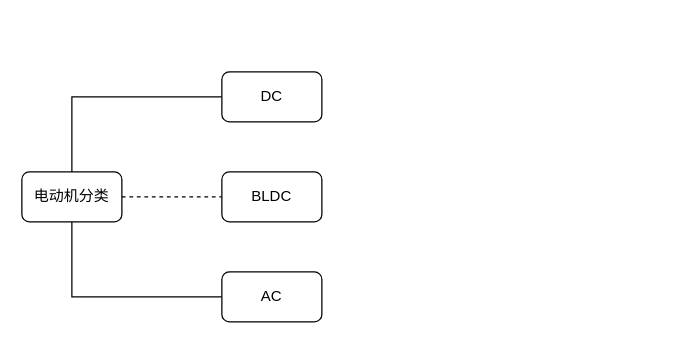
The draw.io diagram 电动机分类.drawio in Vinson-001/Blog-flow-chart, before the edit. Source tidied: cells renumbered, new cells numbered last; positions are measured from the earlier drawing's top-left corner, leaving out a move shared by most shapes. Both pictures are drawn from the tidied source at 125%, with x=0, y=0 at pixel (21, 71).
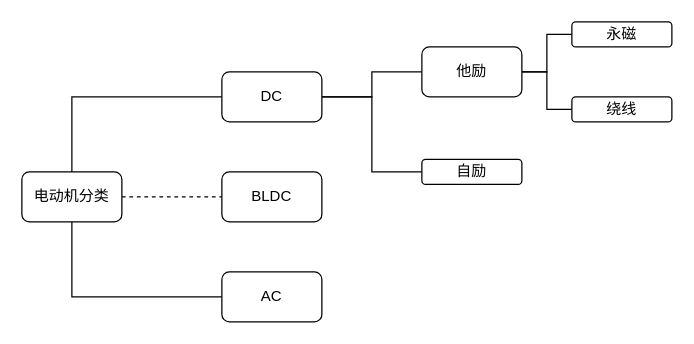
The same page after the edit.

Commit message (it also covers changes not shown here):
更新电动机分类.drawio

Diff of the diagram source:
```diff
@@
 <mxGraphModel>
   <root>
     <mxCell id="0" />
     <mxCell id="1" parent="0" />
     <mxCell id="2" style="edgeStyle=orthogonalEdgeStyle;rounded=0;jettySize=auto;html=1;exitX=1;exitY=0.5;exitDx=0;exitDy=0;entryX=0;entryY=0.5;entryDx=0;entryDy=0;endArrow=none;endFill=0;dashed=1;" parent="1" edge="1" source="5" target="6">
       <mxGeometry relative="1" as="geometry" />
     </mxCell>
     <mxCell id="3" style="edgeStyle=orthogonalEdgeStyle;rounded=0;jettySize=auto;html=1;exitX=0.5;exitY=1;exitDx=0;exitDy=0;entryX=0;entryY=0.5;entryDx=0;entryDy=0;endArrow=none;endFill=0;" parent="1" edge="1" source="5" target="7">
       <mxGeometry relative="1" as="geometry" />
     </mxCell>
     <mxCell id="4" style="edgeStyle=orthogonalEdgeStyle;rounded=0;jettySize=auto;html=1;exitX=0.5;exitY=0;exitDx=0;exitDy=0;entryX=0;entryY=0.5;entryDx=0;entryDy=0;endArrow=none;endFill=0;" parent="1" edge="1" source="5" target="8">
       <mxGeometry relative="1" as="geometry" />
     </mxCell>
     <mxCell id="5" value="电动机分类" style="rounded=1;whiteSpace=wrap;html=1;" parent="1" vertex="1">
       <mxGeometry y="80" width="80" height="40" as="geometry" />
     </mxCell>
     <mxCell id="6" value="BLDC" style="rounded=1;whiteSpace=wrap;html=1;" parent="1" vertex="1">
       <mxGeometry x="160" y="80" width="80" height="40" as="geometry" />
     </mxCell>
     <mxCell id="7" value="AC" style="rounded=1;whiteSpace=wrap;html=1;" parent="1" vertex="1">
       <mxGeometry x="160" y="160" width="80" height="40" as="geometry" />
     </mxCell>
+    <mxCell id="9" style="edgeStyle=orthogonalEdgeStyle;rounded=0;jettySize=auto;html=1;exitX=1;exitY=0.5;exitDx=0;exitDy=0;entryX=0;entryY=0.5;entryDx=0;entryDy=0;endArrow=none;endFill=0;" parent="1" edge="1" source="8" target="13">
+      <mxGeometry relative="1" as="geometry" />
+    </mxCell>
+    <mxCell id="10" style="edgeStyle=orthogonalEdgeStyle;rounded=0;jettySize=auto;html=1;exitX=1;exitY=0.5;exitDx=0;exitDy=0;entryX=0;entryY=0.5;entryDx=0;entryDy=0;endArrow=none;endFill=0;" parent="1" edge="1" source="8" target="14">
+      <mxGeometry relative="1" as="geometry" />
+    </mxCell>
     <mxCell id="8" value="DC" style="rounded=1;whiteSpace=wrap;html=1;" parent="1" vertex="1">
       <mxGeometry x="160" width="80" height="40" as="geometry" />
     </mxCell>
+    <mxCell id="11" style="edgeStyle=orthogonalEdgeStyle;rounded=0;jettySize=auto;html=1;exitX=1;exitY=0.5;exitDx=0;exitDy=0;entryX=0;entryY=0.5;entryDx=0;entryDy=0;endArrow=none;endFill=0;" parent="1" edge="1" source="13" target="15">
+      <mxGeometry relative="1" as="geometry" />
+    </mxCell>
+    <mxCell id="12" style="edgeStyle=orthogonalEdgeStyle;rounded=0;jettySize=auto;html=1;exitX=1;exitY=0.5;exitDx=0;exitDy=0;entryX=0;entryY=0.5;entryDx=0;entryDy=0;endArrow=none;endFill=0;" parent="1" edge="1" source="13" target="16">
+      <mxGeometry relative="1" as="geometry" />
+    </mxCell>
+    <mxCell id="13" value="他励" style="rounded=1;whiteSpace=wrap;html=1;" parent="1" vertex="1">
+      <mxGeometry x="320" y="-20" width="80" height="40" as="geometry" />
+    </mxCell>
+    <mxCell id="14" value="自励" style="rounded=1;whiteSpace=wrap;html=1;" parent="1" vertex="1">
+      <mxGeometry x="320" y="70" width="80" height="20" as="geometry" />
+    </mxCell>
+    <mxCell id="15" value="永磁" style="rounded=1;whiteSpace=wrap;html=1;" parent="1" vertex="1">
+      <mxGeometry x="440" y="-40" width="80" height="20" as="geometry" />
+    </mxCell>
+    <mxCell id="16" value="绕线" style="rounded=1;whiteSpace=wrap;html=1;" parent="1" vertex="1">
+      <mxGeometry x="440" y="20" width="80" height="20" as="geometry" />
+    </mxCell>
   </root>
 </mxGraphModel>
```
